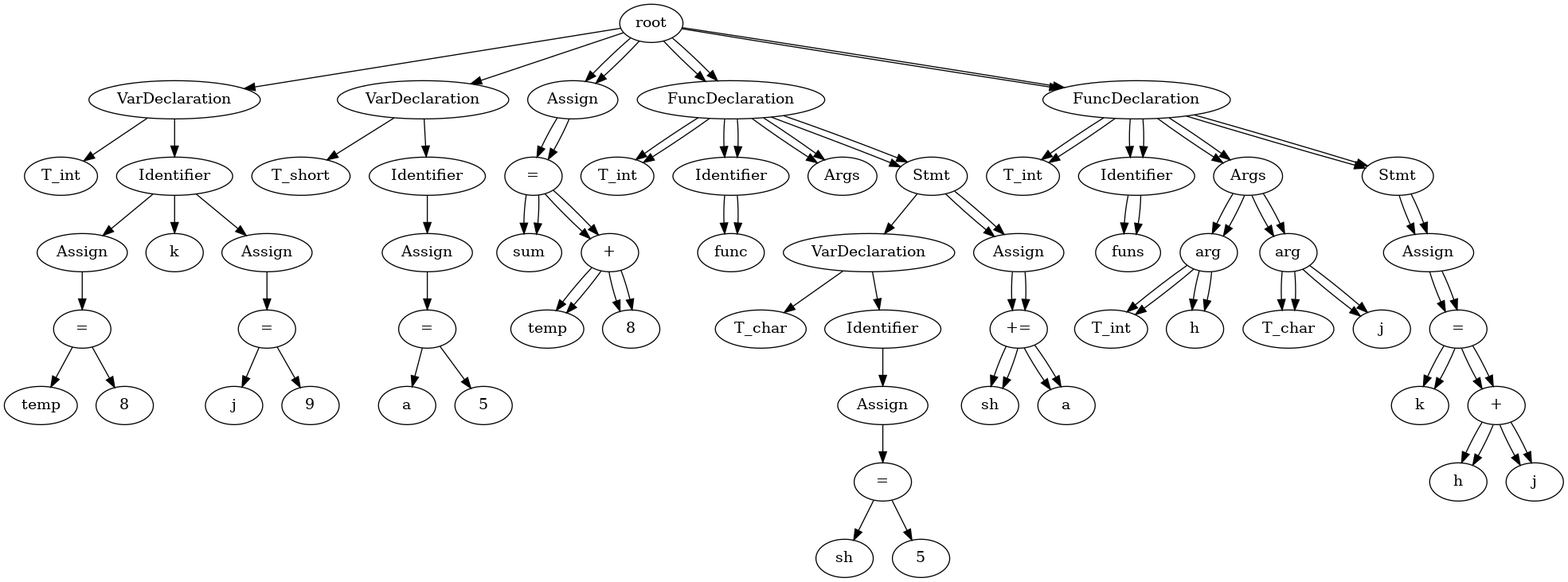
Before: test.gv.png, a diagram exported from Graphviz (Jstar49/starCC). Its source is kept beside it as test.gv.
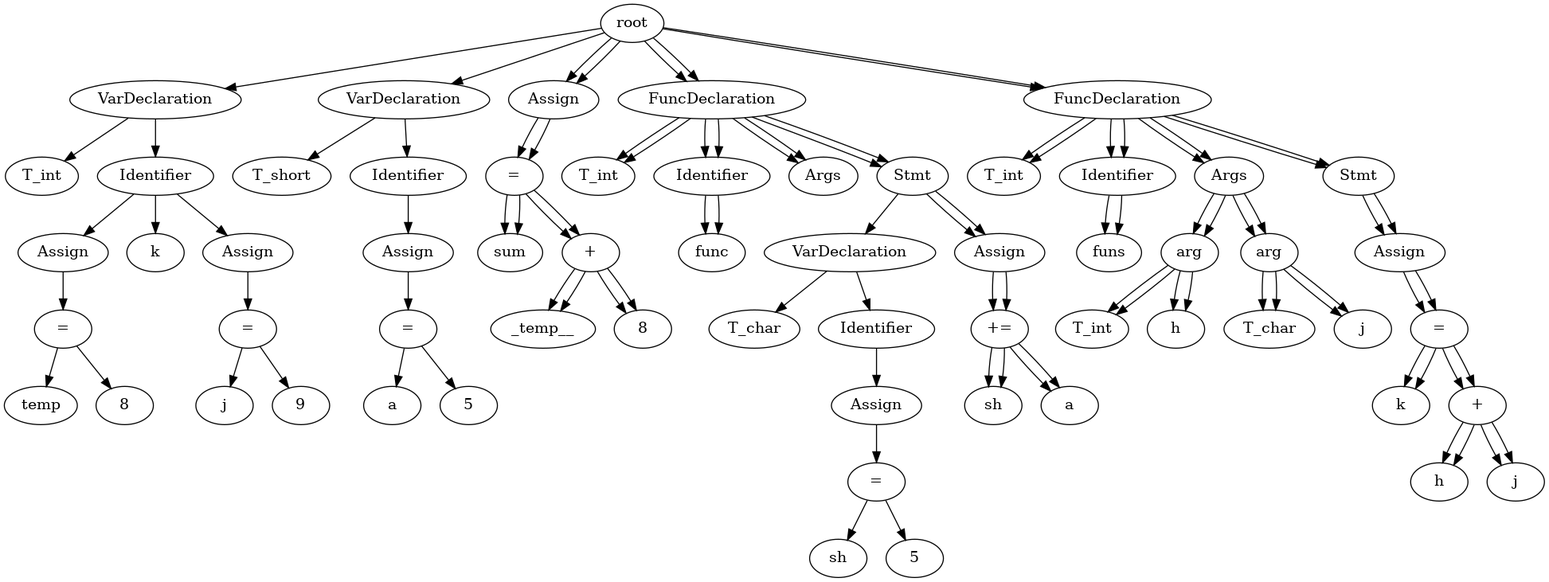
The same file after the commit.

Change to the diagram source:
```diff
@@ -46,7 +46,7 @@
 	21 -> 20
 	23 [label="+"]
 	21 -> 23
-	22 [label=temp]
+	22 [label=_temp__]
 	23 -> 22
 	24 [label=8]
 	23 -> 24
@@ -129,7 +129,7 @@
 	21 -> 20
 	23 [label="+"]
 	21 -> 23
-	22 [label=temp]
+	22 [label=_temp__]
 	23 -> 22
 	24 [label=8]
 	23 -> 24
```
